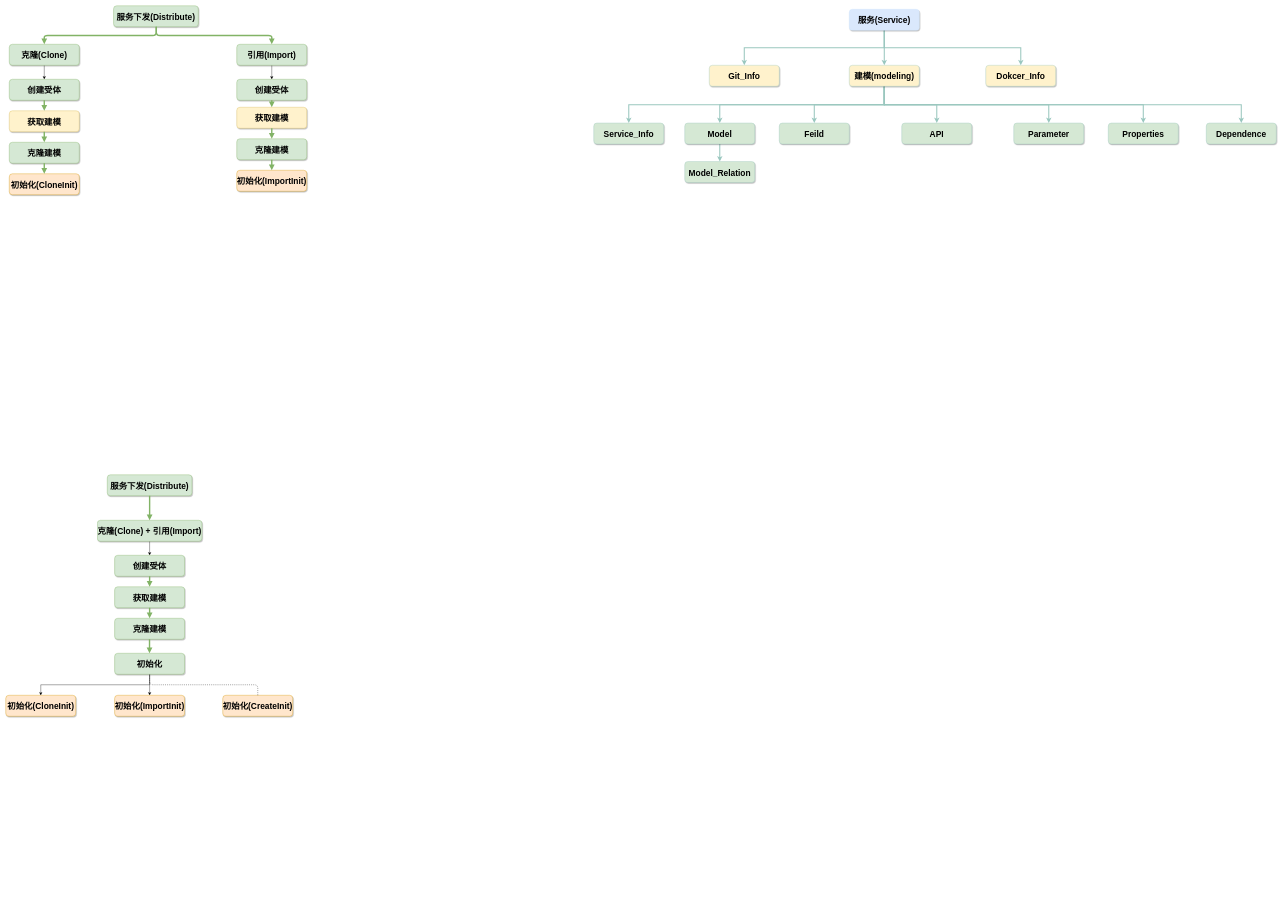
ThePointOfXu/liu_cheng_tu keeps this draw.io diagram as 服务下发思路图.drawio. Above is the earlier version. Source tidied: cells renumbered, new cells numbered last; positions are measured from the earlier drawing's top-left corner, leaving out a move shared by most shapes. Both pictures are drawn from the tidied source at 35%, with x=0, y=0 at pixel (6, 6).
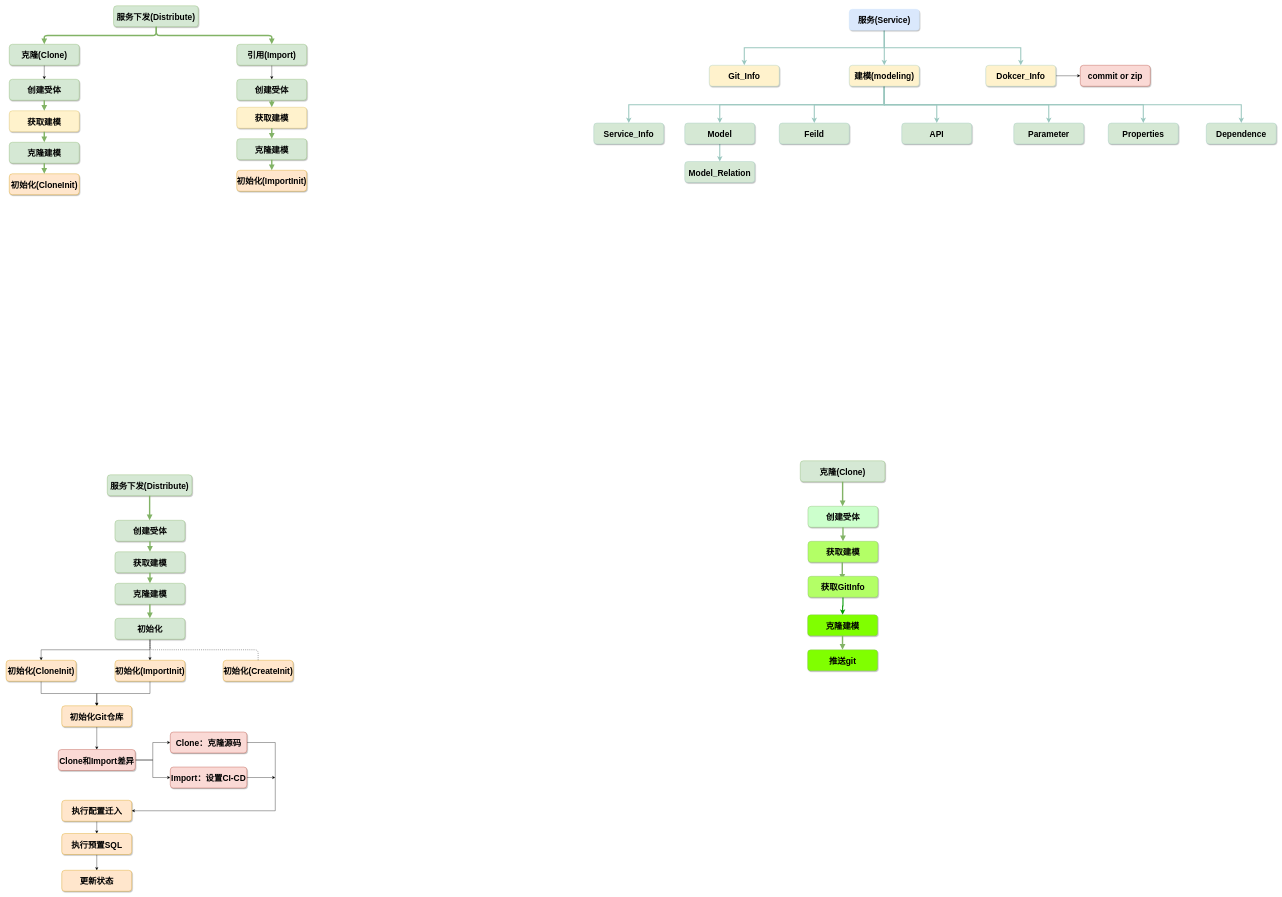
The same diagram, later.

Commit message:
Update 服务下发思路图.drawio

Unchanged cells that the change refers to:
```xml
<mxCell id="36" value="Dokcer_Info" style="rounded=1;fillColor=#fff2cc;shadow=1;fontStyle=1;fontSize=24;strokeColor=#9AC7BF;" parent="1" vertex="1">
  <mxGeometry x="2800" y="170" width="200" height="60" as="geometry" />
</mxCell>
```

What changed in the source:
```diff
@@
+    <mxCell id="63" style="edgeStyle=orthogonalEdgeStyle;rounded=0;jettySize=auto;html=1;exitX=1;exitY=0.5;exitDx=0;exitDy=0;" parent="1" edge="1" source="36">
+      <mxGeometry relative="1" as="geometry">
+        <mxPoint x="3070" y="200" as="targetPoint" />
+      </mxGeometry>
+    </mxCell>
@@
-    <mxCell id="47" style="edgeStyle=orthogonalEdgeStyle;rounded=0;jettySize=auto;html=1;exitX=0.5;exitY=1;exitDx=0;exitDy=0;entryX=0.5;entryY=0;entryDx=0;entryDy=0;" parent="1" edge="1" source="48" target="50">
-      <mxGeometry relative="1" as="geometry" />
-    </mxCell>
-    <mxCell id="48" value="克隆(Clone) + 引用(Import)" style="rounded=1;fillColor=#d5e8d4;strokeColor=#82b366;shadow=1;fontStyle=1;fontSize=24;" parent="1" vertex="1">
-      <mxGeometry x="261.5" y="1470" width="299" height="60" as="geometry" />
-    </mxCell>
+    <mxCell id="64" style="edgeStyle=orthogonalEdgeStyle;rounded=0;jettySize=auto;html=1;exitX=0.5;exitY=1;exitDx=0;exitDy=0;" parent="1" edge="1" source="49" target="67">
+      <mxGeometry relative="1" as="geometry" />
+    </mxCell>
     <mxCell id="49" value="初始化(ImportInit)" style="rounded=1;fillColor=#ffe6cc;strokeColor=#d79b00;shadow=1;fontStyle=1;fontSize=24;" parent="1" vertex="1">
-      <mxGeometry x="311" y="1970" width="200" height="60" as="geometry" />
+      <mxGeometry x="312" y="1870" width="200" height="60" as="geometry" />
     </mxCell>
     <mxCell id="50" value="创建受体" style="rounded=1;fillColor=#d5e8d4;strokeColor=#82b366;shadow=1;fontStyle=1;fontSize=24;" parent="1" vertex="1">
-      <mxGeometry x="311" y="1570" width="200" height="60" as="geometry" />
+      <mxGeometry x="312" y="1470" width="200" height="60" as="geometry" />
     </mxCell>
     <mxCell id="51" value="获取建模" style="rounded=1;fillColor=#d5e8d4;strokeColor=#82b366;shadow=1;fontStyle=1;fontSize=24;" parent="1" vertex="1">
-      <mxGeometry x="311" y="1660" width="200" height="60" as="geometry" />
+      <mxGeometry x="312" y="1560" width="200" height="60" as="geometry" />
     </mxCell>
     <mxCell id="52" value="克隆建模" style="rounded=1;fillColor=#d5e8d4;strokeColor=#82b366;shadow=1;fontStyle=1;fontSize=24;" parent="1" vertex="1">
-      <mxGeometry x="311" y="1750" width="200" height="60" as="geometry" />
+      <mxGeometry x="312" y="1650" width="200" height="60" as="geometry" />
     </mxCell>
+    <mxCell id="65" style="edgeStyle=orthogonalEdgeStyle;rounded=0;jettySize=auto;html=1;exitX=0.5;exitY=1;exitDx=0;exitDy=0;entryX=0.5;entryY=0;entryDx=0;entryDy=0;" parent="1" edge="1" source="53" target="67">
+      <mxGeometry relative="1" as="geometry" />
+    </mxCell>
     <mxCell id="53" value="初始化(CloneInit)" style="rounded=1;fillColor=#ffe6cc;strokeColor=#d79b00;shadow=1;fontStyle=1;fontSize=24;" parent="1" vertex="1">
-      <mxGeometry y="1970" width="200" height="60" as="geometry" />
+      <mxGeometry x="1" y="1870" width="200" height="60" as="geometry" />
     </mxCell>
@@
     <mxCell id="55" style="edgeStyle=elbowEdgeStyle;elbow=vertical;strokeWidth=4;endArrow=block;endFill=1;fontStyle=1;strokeColor=#82b366;fillColor=#d5e8d4;fontSize=24;" parent="1" edge="1" source="50" target="51">
-      <mxGeometry x="181" y="1430" as="geometry" />
+      <mxGeometry x="182" y="1330" as="geometry" />
     </mxCell>
     <mxCell id="56" style="edgeStyle=elbowEdgeStyle;elbow=vertical;strokeWidth=4;endArrow=block;endFill=1;fontStyle=1;strokeColor=#82b366;fillColor=#d5e8d4;fontSize=24;" parent="1" edge="1" source="51" target="52">
-      <mxGeometry x="181" y="1440" as="geometry" />
+      <mxGeometry x="182" y="1340" as="geometry" />
     </mxCell>
     <mxCell id="57" style="edgeStyle=elbowEdgeStyle;elbow=vertical;strokeWidth=4;endArrow=block;endFill=1;fontStyle=1;strokeColor=#82b366;fillColor=#d5e8d4;fontSize=24;" parent="1" edge="1">
-      <mxGeometry x="181.7" y="1440" as="geometry">
-        <mxPoint x="410.7" y="1810" as="sourcePoint" />
-        <mxPoint x="410.7" y="1850" as="targetPoint" />
+      <mxGeometry x="182.7" y="1340" as="geometry">
+        <mxPoint x="411.7" y="1710" as="sourcePoint" />
+        <mxPoint x="411.7" y="1750" as="targetPoint" />
         <Array as="points">
-          <mxPoint x="410.7" y="1840" />
+          <mxPoint x="411.7" y="1740" />
         </Array>
       </mxGeometry>
     </mxCell>
@@
     <mxCell id="60" value="初始化" style="rounded=1;fillColor=#d5e8d4;strokeColor=#82b366;shadow=1;fontStyle=1;fontSize=24;" parent="1" vertex="1">
-      <mxGeometry x="311" y="1850" width="200" height="60" as="geometry" />
+      <mxGeometry x="312" y="1750" width="200" height="60" as="geometry" />
     </mxCell>
     <mxCell id="61" value="初始化(CreateInit)" style="rounded=1;fillColor=#ffe6cc;strokeColor=#d79b00;shadow=1;fontStyle=1;fontSize=24;" parent="1" vertex="1">
-      <mxGeometry x="620" y="1970" width="200" height="60" as="geometry" />
+      <mxGeometry x="621" y="1870" width="200" height="60" as="geometry" />
     </mxCell>
     <mxCell id="62" style="endArrow=none;dashed=1;html=1;entryX=0.5;entryY=1;entryDx=0;entryDy=0;exitX=0.5;exitY=0;exitDx=0;exitDy=0;" parent="1" edge="1" source="61" target="60">
       <mxGeometry relative="1" as="geometry">
         <Array as="points">
-          <mxPoint x="720" y="1940" />
-          <mxPoint x="411" y="1940" />
+          <mxPoint x="721" y="1840" />
+          <mxPoint x="412" y="1840" />
         </Array>
       </mxGeometry>
     </mxCell>
+    <mxCell id="66" style="edgeStyle=orthogonalEdgeStyle;rounded=0;jettySize=auto;html=1;exitX=0.5;exitY=1;exitDx=0;exitDy=0;entryX=0.5;entryY=0;entryDx=0;entryDy=0;" parent="1" edge="1" source="67" target="75">
+      <mxGeometry relative="1" as="geometry" />
+    </mxCell>
+    <mxCell id="67" value="初始化Git仓库" style="rounded=1;fillColor=#ffe6cc;strokeColor=#d79b00;shadow=1;fontStyle=1;fontSize=24;" parent="1" vertex="1">
+      <mxGeometry x="160" y="2000" width="200" height="60" as="geometry" />
+    </mxCell>
+    <mxCell id="68" style="edgeStyle=orthogonalEdgeStyle;rounded=0;jettySize=auto;html=1;exitX=0.5;exitY=1;exitDx=0;exitDy=0;entryX=0.5;entryY=0;entryDx=0;entryDy=0;" parent="1" edge="1" source="69" target="71">
+      <mxGeometry relative="1" as="geometry" />
+    </mxCell>
+    <mxCell id="69" value="执行配置迁入" style="rounded=1;fillColor=#ffe6cc;strokeColor=#d79b00;shadow=1;fontStyle=1;fontSize=24;" parent="1" vertex="1">
+      <mxGeometry x="160" y="2270" width="200" height="60" as="geometry" />
+    </mxCell>
+    <mxCell id="70" style="edgeStyle=orthogonalEdgeStyle;rounded=0;jettySize=auto;html=1;exitX=0.5;exitY=1;exitDx=0;exitDy=0;" parent="1" edge="1" source="71" target="72">
+      <mxGeometry relative="1" as="geometry" />
+    </mxCell>
+    <mxCell id="71" value="执行预置SQL" style="rounded=1;fillColor=#ffe6cc;strokeColor=#d79b00;shadow=1;fontStyle=1;fontSize=24;" parent="1" vertex="1">
+      <mxGeometry x="160" y="2365" width="200" height="60" as="geometry" />
+    </mxCell>
+    <mxCell id="72" value="更新状态" style="rounded=1;fillColor=#ffe6cc;strokeColor=#d79b00;shadow=1;fontStyle=1;fontSize=24;" parent="1" vertex="1">
+      <mxGeometry x="160" y="2470" width="200" height="60" as="geometry" />
+    </mxCell>
+    <mxCell id="73" style="edgeStyle=orthogonalEdgeStyle;rounded=0;jettySize=auto;html=1;exitX=1;exitY=0.5;exitDx=0;exitDy=0;entryX=0;entryY=0.5;entryDx=0;entryDy=0;" parent="1" edge="1" source="75" target="77">
+      <mxGeometry relative="1" as="geometry" />
+    </mxCell>
+    <mxCell id="74" style="edgeStyle=orthogonalEdgeStyle;rounded=0;jettySize=auto;html=1;exitX=1;exitY=0.5;exitDx=0;exitDy=0;entryX=0;entryY=0.5;entryDx=0;entryDy=0;" parent="1" edge="1" source="75" target="79">
+      <mxGeometry relative="1" as="geometry" />
+    </mxCell>
+    <mxCell id="75" value="Clone和Import差异" style="rounded=1;fillColor=#fad9d5;strokeColor=#ae4132;shadow=1;fontStyle=1;fontSize=24;" parent="1" vertex="1">
+      <mxGeometry x="150" y="2125" width="220" height="60" as="geometry" />
+    </mxCell>
+    <mxCell id="76" style="edgeStyle=orthogonalEdgeStyle;rounded=0;jettySize=auto;html=1;exitX=1;exitY=0.5;exitDx=0;exitDy=0;entryX=1;entryY=0.5;entryDx=0;entryDy=0;" parent="1" edge="1" source="77" target="69">
+      <mxGeometry relative="1" as="geometry">
+        <Array as="points">
+          <mxPoint x="770" y="2105" />
+          <mxPoint x="770" y="2300" />
+        </Array>
+      </mxGeometry>
+    </mxCell>
+    <mxCell id="77" value="Clone：克隆源码" style="rounded=1;fillColor=#fad9d5;strokeColor=#ae4132;shadow=1;fontStyle=1;fontSize=24;" parent="1" vertex="1">
+      <mxGeometry x="470" y="2075" width="219" height="60" as="geometry" />
+    </mxCell>
+    <mxCell id="78" style="edgeStyle=orthogonalEdgeStyle;rounded=0;jettySize=auto;html=1;exitX=1;exitY=0.5;exitDx=0;exitDy=0;" parent="1" edge="1" source="79">
+      <mxGeometry relative="1" as="geometry">
+        <mxPoint x="770" y="2205" as="targetPoint" />
+        <Array as="points">
+          <mxPoint x="770" y="2205" />
+          <mxPoint x="770" y="2205" />
+        </Array>
+      </mxGeometry>
+    </mxCell>
+    <mxCell id="79" value="Import：设置CI-CD" style="rounded=1;fillColor=#fad9d5;strokeColor=#ae4132;shadow=1;fontStyle=1;fontSize=24;" parent="1" vertex="1">
+      <mxGeometry x="470" y="2175" width="219" height="60" as="geometry" />
+    </mxCell>
+    <mxCell id="80" value="commit or zip" style="rounded=1;fillColor=#fad9d5;shadow=1;fontStyle=1;fontSize=24;strokeColor=#ae4132;" parent="1" vertex="1">
+      <mxGeometry x="3070" y="170" width="200" height="60" as="geometry" />
+    </mxCell>
+    <mxCell id="81" value="克隆(Clone)" style="rounded=1;fillColor=#d5e8d4;strokeColor=#82b366;shadow=1;fontStyle=1;fontSize=24;" parent="1" vertex="1">
+      <mxGeometry x="2270" y="1300" width="242" height="60" as="geometry" />
+    </mxCell>
+    <mxCell id="82" value="创建受体" style="rounded=1;strokeColor=#82b366;shadow=1;fontStyle=1;fontSize=24;fillColor=#CCFFCC;" parent="1" vertex="1">
+      <mxGeometry x="2292" y="1430" width="200" height="60" as="geometry" />
+    </mxCell>
+    <mxCell id="83" value="获取建模" style="rounded=1;strokeColor=#82b366;shadow=1;fontStyle=1;fontSize=24;fillColor=#B3FF66;" parent="1" vertex="1">
+      <mxGeometry x="2292" y="1530" width="200" height="60" as="geometry" />
+    </mxCell>
+    <mxCell id="84" value="克隆建模" style="rounded=1;strokeColor=#82b366;shadow=1;fontStyle=1;fontSize=24;fillColor=#80FF00;" parent="1" vertex="1">
+      <mxGeometry x="2291" y="1740" width="200" height="60" as="geometry" />
+    </mxCell>
+    <mxCell id="85" style="edgeStyle=elbowEdgeStyle;elbow=vertical;strokeWidth=4;endArrow=block;endFill=1;fontStyle=1;strokeColor=#82b366;fillColor=#d5e8d4;fontSize=24;exitX=0.5;exitY=1;exitDx=0;exitDy=0;" parent="1" edge="1" source="81">
+      <mxGeometry x="2000" y="1470" as="geometry">
+        <mxPoint x="2391" y="1430" as="targetPoint" />
+        <Array as="points">
+          <mxPoint x="2391" y="1420" />
+          <mxPoint x="2380" y="1400" />
+          <mxPoint x="2380" y="1370" />
+        </Array>
+      </mxGeometry>
+    </mxCell>
+    <mxCell id="86" style="edgeStyle=elbowEdgeStyle;elbow=vertical;strokeWidth=4;endArrow=block;endFill=1;fontStyle=1;strokeColor=#82b366;fillColor=#d5e8d4;fontSize=24;" parent="1" edge="1" source="82" target="83">
+      <mxGeometry x="2162" y="1290" as="geometry" />
+    </mxCell>
+    <mxCell id="87" style="edgeStyle=elbowEdgeStyle;elbow=vertical;strokeWidth=4;endArrow=block;endFill=1;fontStyle=1;strokeColor=#82b366;fillColor=#d5e8d4;fontSize=24;" parent="1" edge="1" source="83">
+      <mxGeometry x="2162" y="1300" as="geometry">
+        <mxPoint x="2390" y="1640" as="targetPoint" />
+        <Array as="points">
+          <mxPoint x="2390" y="1630" />
+        </Array>
+      </mxGeometry>
+    </mxCell>
+    <mxCell id="88" style="edgeStyle=elbowEdgeStyle;elbow=vertical;strokeWidth=4;endArrow=block;endFill=1;fontStyle=1;strokeColor=#82b366;fillColor=#d5e8d4;fontSize=24;" parent="1" edge="1">
+      <mxGeometry x="2161.7" y="1430" as="geometry">
+        <mxPoint x="2390.7" y="1800" as="sourcePoint" />
+        <mxPoint x="2390.7" y="1840" as="targetPoint" />
+        <Array as="points">
+          <mxPoint x="2390.7" y="1830" />
+        </Array>
+      </mxGeometry>
+    </mxCell>
+    <mxCell id="89" value="推送git" style="rounded=1;strokeColor=#82b366;shadow=1;fontStyle=1;fontSize=24;fillColor=#80FF00;" parent="1" vertex="1">
+      <mxGeometry x="2291" y="1840" width="200" height="60" as="geometry" />
+    </mxCell>
+    <mxCell id="90" style="edgeStyle=orthogonalEdgeStyle;rounded=0;jettySize=auto;html=1;exitX=0.5;exitY=1;exitDx=0;exitDy=0;entryX=0.5;entryY=0;entryDx=0;entryDy=0;strokeWidth=3;strokeColor=#009900;" parent="1" edge="1" source="91" target="84">
+      <mxGeometry relative="1" as="geometry" />
+    </mxCell>
+    <mxCell id="91" value="获取GitInfo" style="rounded=1;strokeColor=#82b366;shadow=1;fontStyle=1;fontSize=24;fillColor=#B3FF66;" parent="1" vertex="1">
+      <mxGeometry x="2292" y="1630" width="200" height="60" as="geometry" />
+    </mxCell>
```
